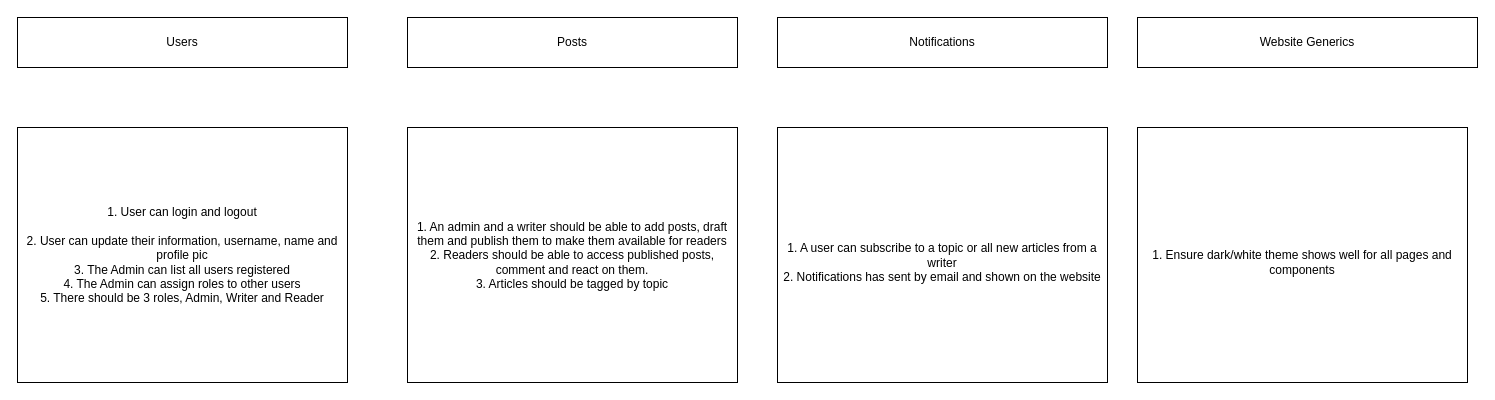
The draw.io diagram page "Features Roadmap" (3 of 3) of docs/System_Design.drawio in ChrisClaude/chris-claude-site, before the edit. Source tidied: cells renumbered, new cells numbered last; positions are measured from the earlier drawing's top-left corner, leaving out a move shared by most shapes. Both pictures are drawn from the tidied source at 100%, with x=0, y=0 at pixel (17, 17).
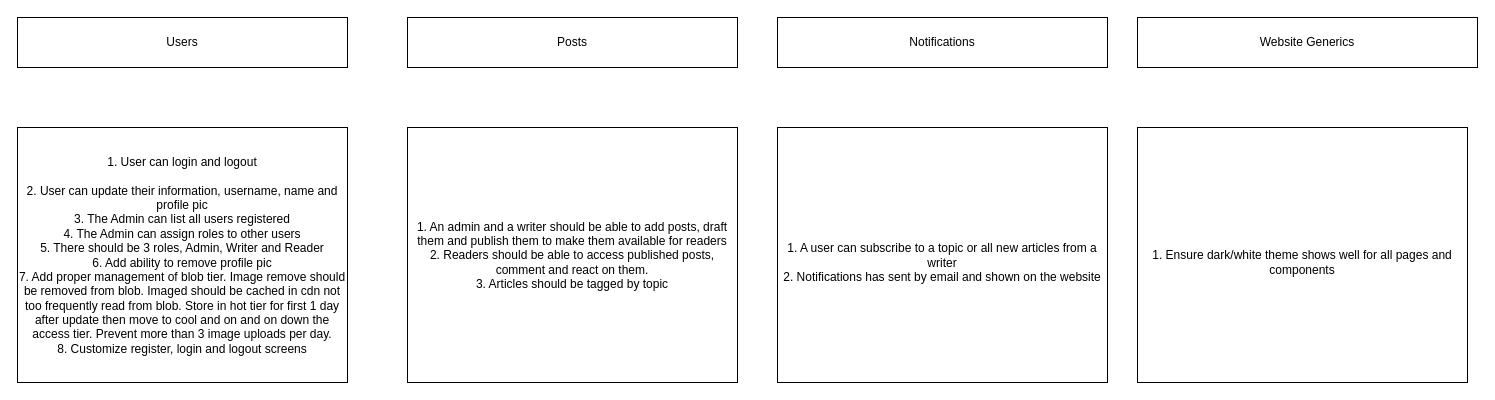
After the change.

Commit message (it also covers changes not shown here):
Remove user flow from logout URL; update diagram

Simplify Azure B2C logout flow by removing the AZURE_AD_B2C_PRIMARY_USER_FLOW segment from the signOut callbackUrl and the manual redirect; also remove the now-unused import. Update the System_Design.drawio diagram metadata and expand the Users requirements to include profile picture removal, blob tier management and CDN caching, upload rate limiting, and customizable auth screens.

Change to the diagram source:
```diff
@@
 <mxGraphModel>
   <root>
     <mxCell id="0" />
     <mxCell id="1" parent="0" />
     <mxCell id="2" value="Users" style="rounded=0;whiteSpace=wrap;html=1;" parent="1" vertex="1">
       <mxGeometry width="330" height="50" as="geometry" />
     </mxCell>
-    <mxCell id="3" value="1. User can login and logout&lt;br&gt;&lt;br&gt;2. User can update their information, username, name and profile pic&lt;br&gt;3. The Admin can list all users registered&lt;br&gt;4. The Admin can assign roles to other users&lt;br&gt;5. There should be 3 roles, Admin, Writer and Reader" style="rounded=0;whiteSpace=wrap;html=1;" parent="1" vertex="1">
+    <mxCell id="3" value="1. User can login and logout&lt;br&gt;&lt;br&gt;2. User can update their information, username, name and profile pic&lt;br&gt;3. The Admin can list all users registered&lt;br&gt;4. The Admin can assign roles to other users&lt;br&gt;5. There should be 3 roles, Admin, Writer and Reader&lt;br&gt;6. Add ability to remove profile pic&lt;br&gt;7. Add proper management of blob tier. Image remove should be removed from blob. Imaged should be cached in cdn not too frequently read from blob. Store in hot tier for first 1 day after update then move to cool and on and on down the access tier. Prevent more than 3 image uploads per day.&lt;br&gt;8. Customize register, login and logout screens" style="rounded=0;whiteSpace=wrap;html=1;" parent="1" vertex="1">
       <mxGeometry y="110" width="330" height="255" as="geometry" />
     </mxCell>
     <mxCell id="4" value="Posts" style="rounded=0;whiteSpace=wrap;html=1;" parent="1" vertex="1">
       <mxGeometry x="390" width="330" height="50" as="geometry" />
     </mxCell>
     <mxCell id="5" value="1. An admin and a writer should be able to add posts, draft them and publish them to make them available for readers&lt;br&gt;2. Readers should be able to access published posts, comment and react on them.&lt;br&gt;3. Articles should be tagged by topic" style="rounded=0;whiteSpace=wrap;html=1;" parent="1" vertex="1">
       <mxGeometry x="390" y="110" width="330" height="255" as="geometry" />
     </mxCell>
     <mxCell id="6" value="Notifications" style="rounded=0;whiteSpace=wrap;html=1;" parent="1" vertex="1">
       <mxGeometry x="760" width="330" height="50" as="geometry" />
     </mxCell>
     <mxCell id="7" value="&lt;br&gt;1. A user can subscribe to a topic or all new articles from a writer&lt;br&gt;2. Notifications has sent by email and shown on the website" style="rounded=0;whiteSpace=wrap;html=1;" parent="1" vertex="1">
       <mxGeometry x="760" y="110" width="330" height="255" as="geometry" />
     </mxCell>
     <mxCell id="8" value="Website Generics" style="rounded=0;whiteSpace=wrap;html=1;" parent="1" vertex="1">
       <mxGeometry x="1120" width="340" height="50" as="geometry" />
     </mxCell>
     <mxCell id="9" value="&lt;br&gt;1. Ensure dark/white theme shows well for all pages and components" style="rounded=0;whiteSpace=wrap;html=1;" parent="1" vertex="1">
       <mxGeometry x="1120" y="110" width="330" height="255" as="geometry" />
     </mxCell>
   </root>
 </mxGraphModel>
```
